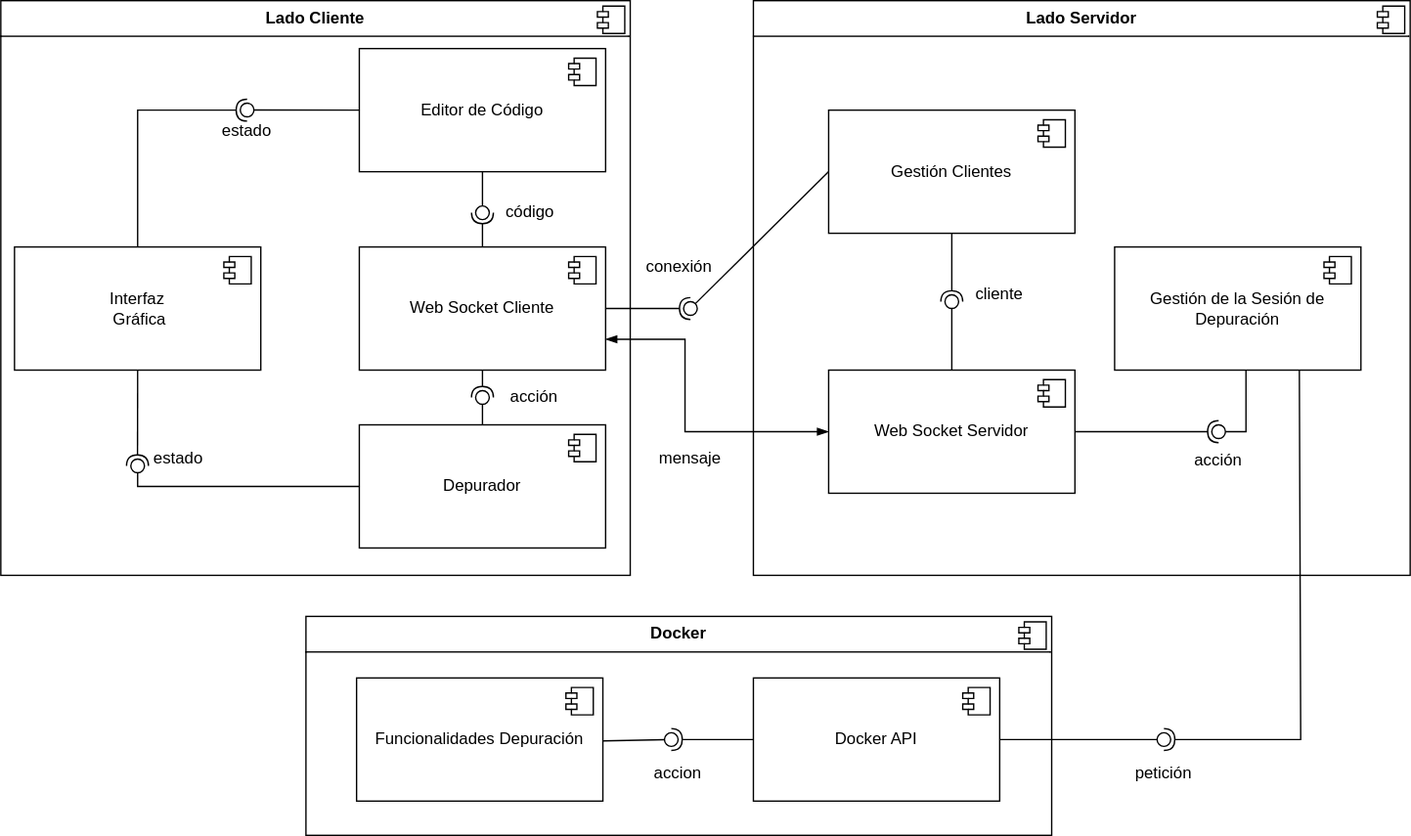
Before: doc/img/componentes_TFG.drawio.svg, a diagram exported from draw.io (Adri-Extremix/Trabajo-de-Fin-de-Grado). Source tidied: cells renumbered, new cells last; positions are measured from the earlier drawing's top-left corner, leaving out a move shared by most shapes.
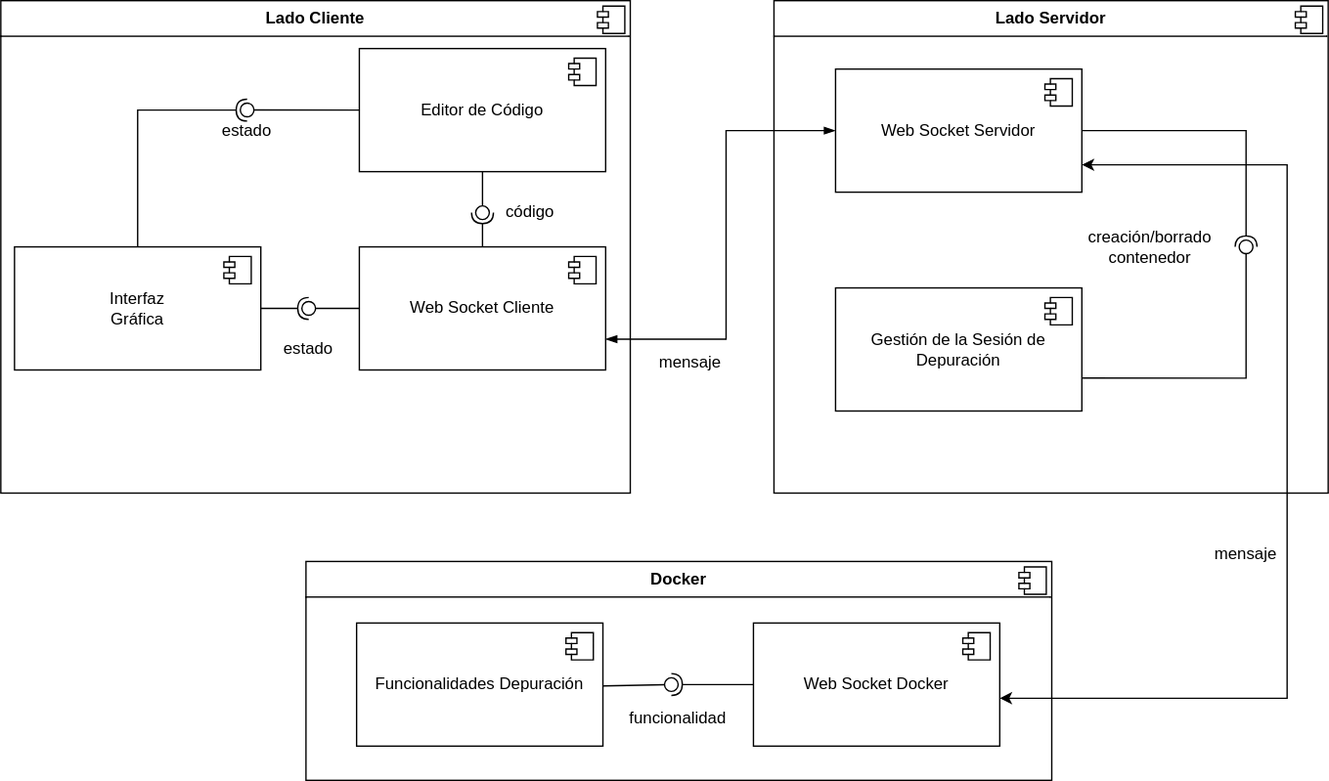
After the commit.

Change to the diagram source:
```diff
@@ -3,7 +3,7 @@
     <mxCell id="0" />
     <mxCell id="1" parent="0" />
     <mxCell id="2" value="&lt;p style=&quot;margin:0px;margin-top:6px;text-align:center;&quot;&gt;&lt;b&gt;Docker&lt;/b&gt;&lt;/p&gt;&lt;hr size=&quot;1&quot; style=&quot;border-style:solid;&quot;&gt;" style="align=left;overflow=fill;html=1;whiteSpace=wrap;" parent="1" vertex="1">
-      <mxGeometry x="223" y="450" width="545" height="160" as="geometry" />
+      <mxGeometry x="223" y="410" width="545" height="160" as="geometry" />
     </mxCell>
     <mxCell id="3" style="shape=component;jettyWidth=8;jettyHeight=4;" parent="2" vertex="1">
       <mxGeometry x="1" width="20" height="20" relative="1" as="geometry">
@@ -11,7 +11,7 @@
       </mxGeometry>
     </mxCell>
     <mxCell id="4" value="&lt;p style=&quot;margin:0px;margin-top:6px;text-align:center;&quot;&gt;&lt;b&gt;Lado Servidor&lt;/b&gt;&lt;/p&gt;&lt;hr size=&quot;1&quot; style=&quot;border-style:solid;&quot;&gt;" style="align=left;overflow=fill;html=1;whiteSpace=wrap;" parent="1" vertex="1">
-      <mxGeometry x="550" width="480" height="420" as="geometry" />
+      <mxGeometry x="565" width="405" height="360" as="geometry" />
     </mxCell>
     <mxCell id="5" style="shape=component;jettyWidth=8;jettyHeight=4;" parent="4" vertex="1">
       <mxGeometry x="1" width="20" height="20" relative="1" as="geometry">
@@ -24,19 +24,11 @@
     <mxCell id="7" style="ellipse;whiteSpace=wrap;html=1;align=center;fillColor=none;strokeColor=none;perimeter=centerPerimeter;" parent="1" vertex="1">
       <mxGeometry x="325" y="150" width="10" height="10" as="geometry" />
     </mxCell>
-    <mxCell id="8" value="Gestión Clientes" style="html=1;whiteSpace=wrap;" parent="1" vertex="1">
-      <mxGeometry x="605" y="80" width="180" height="90" as="geometry" />
-    </mxCell>
-    <mxCell id="9" style="shape=module;jettyWidth=8;jettyHeight=4;" parent="8" vertex="1">
-      <mxGeometry x="1" width="20" height="20" relative="1" as="geometry">
-        <mxPoint x="-27" y="7" as="offset" />
-      </mxGeometry>
-    </mxCell>
     <mxCell id="10" style="group;" parent="1" vertex="1">
       <mxGeometry width="460" height="420" as="geometry" />
     </mxCell>
     <mxCell id="11" value="&lt;p style=&quot;margin:0px;margin-top:6px;text-align:center;&quot;&gt;&lt;b&gt;Lado Cliente&lt;/b&gt;&lt;/p&gt;&lt;hr size=&quot;1&quot; style=&quot;border-style:solid;&quot;&gt;&lt;p style=&quot;margin:0px;margin-left:8px;&quot;&gt;&lt;br&gt;&lt;br&gt;&lt;/p&gt;" style="align=left;overflow=fill;html=1;whiteSpace=wrap;" parent="10" vertex="1">
-      <mxGeometry width="460" height="420" as="geometry" />
+      <mxGeometry width="460" height="360" as="geometry" />
     </mxCell>
     <mxCell id="12" style="shape=component;jettyWidth=8;jettyHeight=4;" parent="11" vertex="1">
       <mxGeometry x="1" width="20" height="20" relative="1" as="geometry">
@@ -68,24 +60,11 @@
     <mxCell id="19" style="ellipse;whiteSpace=wrap;html=1;align=center;fillColor=none;strokeColor=none;perimeter=centerPerimeter;points=[];outlineConnect=1;" parent="10" vertex="1">
       <mxGeometry x="347" y="150" width="10" height="10" as="geometry" />
     </mxCell>
-    <mxCell id="20" value="Depurador" style="html=1;whiteSpace=wrap;" parent="10" vertex="1">
-      <mxGeometry x="262" y="310" width="180" height="90" as="geometry" />
-    </mxCell>
-    <mxCell id="21" style="shape=module;jettyWidth=8;jettyHeight=4;" parent="20" vertex="1">
-      <mxGeometry x="1" width="20" height="20" relative="1" as="geometry">
-        <mxPoint x="-27" y="7" as="offset" />
-      </mxGeometry>
-    </mxCell>
-    <mxCell id="22" style="rounded=0;jettySize=auto;html=1;endArrow=halfCircle;endFill=0;endSize=6;strokeWidth=1;sketch=0;exitX=0.5;exitY=1;exitDx=0;exitDy=0;" parent="10" edge="1" source="15">
+    <mxCell id="22" style="rounded=0;jettySize=auto;html=1;endArrow=halfCircle;endFill=0;endSize=6;strokeWidth=1;sketch=0;exitX=1;exitY=0.5;exitDx=0;exitDy=0;" parent="10" edge="1" source="24">
       <mxGeometry relative="1" as="geometry">
-        <mxPoint x="352" y="290" as="targetPoint" />
+        <mxPoint x="225" y="225" as="targetPoint" />
       </mxGeometry>
     </mxCell>
-    <mxCell id="23" style="rounded=0;jettySize=auto;html=1;endArrow=oval;endFill=0;sketch=0;sourcePerimeterSpacing=0;targetPerimeterSpacing=0;endSize=10;exitX=0.5;exitY=0;exitDx=0;exitDy=0;" parent="10" edge="1" source="20">
-      <mxGeometry relative="1" as="geometry">
-        <mxPoint x="352" y="290" as="targetPoint" />
-      </mxGeometry>
-    </mxCell>
     <mxCell id="24" value="&lt;div&gt;Interfaz&lt;/div&gt;&amp;nbsp;Gráfica" style="html=1;whiteSpace=wrap;" parent="10" vertex="1">
       <mxGeometry x="10" y="180" width="180" height="90" as="geometry" />
     </mxCell>
@@ -94,29 +73,12 @@
         <mxPoint x="-27" y="7" as="offset" />
       </mxGeometry>
     </mxCell>
-    <mxCell id="26" style="rounded=0;orthogonalLoop=1;jettySize=auto;html=1;endArrow=halfCircle;endFill=0;endSize=6;strokeWidth=1;sketch=0;" parent="10" edge="1">
-      <mxGeometry relative="1" as="geometry">
-        <mxPoint x="100" y="270" as="sourcePoint" />
-        <mxPoint x="99.9" y="340" as="targetPoint" />
-      </mxGeometry>
-    </mxCell>
-    <mxCell id="27" style="rounded=0;jettySize=auto;html=1;endArrow=oval;endFill=0;sketch=0;sourcePerimeterSpacing=0;targetPerimeterSpacing=0;endSize=10;exitX=0;exitY=0.5;exitDx=0;exitDy=0;" parent="10" edge="1" source="20">
-      <mxGeometry relative="1" as="geometry">
-        <mxPoint x="100" y="340" as="targetPoint" />
-        <Array as="points">
-          <mxPoint x="100" y="355" />
-        </Array>
-      </mxGeometry>
-    </mxCell>
     <mxCell id="28" value="código" style="text;html=1;align=center;verticalAlign=middle;whiteSpace=wrap;rounded=0;" parent="10" vertex="1">
       <mxGeometry x="357" y="140" width="60" height="30" as="geometry" />
     </mxCell>
-    <mxCell id="29" value="acción" style="text;html=1;align=center;verticalAlign=middle;whiteSpace=wrap;rounded=0;" parent="10" vertex="1">
-      <mxGeometry x="360" y="275" width="60" height="30" as="geometry" />
+    <mxCell id="29" value="estado" style="text;html=1;align=center;verticalAlign=middle;whiteSpace=wrap;rounded=0;" parent="10" vertex="1">
+      <mxGeometry x="195" y="240" width="60" height="30" as="geometry" />
     </mxCell>
-    <mxCell id="30" value="estado" style="text;html=1;align=center;verticalAlign=middle;whiteSpace=wrap;rounded=0;" parent="10" vertex="1">
-      <mxGeometry x="100" y="320" width="60" height="30" as="geometry" />
-    </mxCell>
     <mxCell id="31" style="rounded=0;jettySize=auto;html=1;endArrow=halfCircle;endFill=0;endSize=6;strokeWidth=1;sketch=0;exitX=0.5;exitY=0;exitDx=0;exitDy=0;" parent="10" edge="1" source="24">
       <mxGeometry relative="1" as="geometry">
         <mxPoint x="180" y="80" as="targetPoint" />
@@ -136,43 +98,32 @@
     <mxCell id="34" value="estado" style="text;html=1;align=center;verticalAlign=middle;whiteSpace=wrap;rounded=0;" parent="10" vertex="1">
       <mxGeometry x="150" y="80" width="60" height="30" as="geometry" />
     </mxCell>
-    <mxCell id="35" style="rounded=0;jettySize=auto;html=1;endArrow=halfCircle;endFill=0;endSize=6;strokeWidth=1;sketch=0;exitX=1;exitY=0.5;exitDx=0;exitDy=0;" parent="1" edge="1" source="15" target="37">
-      <mxGeometry relative="1" as="geometry" />
-    </mxCell>
-    <mxCell id="36" style="rounded=0;jettySize=auto;html=1;endArrow=oval;endFill=0;sketch=0;sourcePerimeterSpacing=0;targetPerimeterSpacing=0;endSize=10;exitX=0;exitY=0.5;exitDx=0;exitDy=0;" parent="1" edge="1" source="8" target="37">
-      <mxGeometry relative="1" as="geometry" />
-    </mxCell>
+    <mxCell id="65" style="rounded=0;jettySize=auto;html=1;endArrow=oval;endFill=0;sketch=0;sourcePerimeterSpacing=0;targetPerimeterSpacing=0;endSize=10;exitX=0;exitY=0.5;exitDx=0;exitDy=0;" parent="10" edge="1" source="15">
+      <mxGeometry relative="1" as="geometry">
+        <mxPoint x="225" y="225" as="targetPoint" />
+      </mxGeometry>
+    </mxCell>
     <mxCell id="37" style="ellipse;whiteSpace=wrap;html=1;align=center;fillColor=none;strokeColor=none;perimeter=centerPerimeter;points=[];outlineConnect=1;" parent="1" vertex="1">
       <mxGeometry x="499" y="220" width="10" height="10" as="geometry" />
     </mxCell>
     <mxCell id="38" style="edgeStyle=orthogonalEdgeStyle;rounded=0;jettySize=auto;html=1;entryX=1;entryY=0.75;entryDx=0;entryDy=0;startArrow=blockThin;startFill=1;endArrow=blockThin;endFill=1;exitX=0;exitY=0.5;exitDx=0;exitDy=0;" parent="1" edge="1" source="39" target="15">
       <mxGeometry relative="1" as="geometry">
         <Array as="points">
-          <mxPoint x="500" y="315" />
-          <mxPoint x="500" y="248" />
+          <mxPoint x="530" y="95" />
+          <mxPoint x="530" y="248" />
         </Array>
       </mxGeometry>
     </mxCell>
     <mxCell id="39" value="Web Socket Servidor" style="html=1;whiteSpace=wrap;" parent="1" vertex="1">
-      <mxGeometry x="605" y="270" width="180" height="90" as="geometry" />
+      <mxGeometry x="610" y="50" width="180" height="90" as="geometry" />
     </mxCell>
     <mxCell id="40" style="shape=module;jettyWidth=8;jettyHeight=4;" parent="39" vertex="1">
       <mxGeometry x="1" width="20" height="20" relative="1" as="geometry">
         <mxPoint x="-27" y="7" as="offset" />
       </mxGeometry>
     </mxCell>
-    <mxCell id="41" style="rounded=0;jettySize=auto;html=1;endArrow=halfCircle;endFill=0;endSize=6;strokeWidth=1;sketch=0;exitX=0.5;exitY=1;exitDx=0;exitDy=0;" parent="1" edge="1" source="8">
-      <mxGeometry relative="1" as="geometry">
-        <mxPoint x="695" y="220" as="targetPoint" />
-      </mxGeometry>
-    </mxCell>
-    <mxCell id="42" style="rounded=0;jettySize=auto;html=1;endArrow=oval;endFill=0;sketch=0;sourcePerimeterSpacing=0;targetPerimeterSpacing=0;endSize=10;exitX=0.5;exitY=0;exitDx=0;exitDy=0;" parent="1" edge="1" source="39">
-      <mxGeometry relative="1" as="geometry">
-        <mxPoint x="695" y="220" as="targetPoint" />
-      </mxGeometry>
-    </mxCell>
     <mxCell id="43" value="Gestión de la Sesión de Depuración" style="html=1;whiteSpace=wrap;" parent="1" vertex="1">
-      <mxGeometry x="814" y="180" width="180" height="90" as="geometry" />
+      <mxGeometry x="610" y="210" width="180" height="90" as="geometry" />
     </mxCell>
     <mxCell id="44" style="shape=module;jettyWidth=8;jettyHeight=4;" parent="43" vertex="1">
       <mxGeometry x="1" width="20" height="20" relative="1" as="geometry">
@@ -181,15 +132,17 @@
     </mxCell>
     <mxCell id="45" style="rounded=0;jettySize=auto;html=1;endArrow=halfCircle;endFill=0;endSize=6;strokeWidth=1;sketch=0;exitX=1;exitY=0.5;exitDx=0;exitDy=0;" parent="1" edge="1" source="39">
       <mxGeometry relative="1" as="geometry">
-        <mxPoint x="890" y="315" as="targetPoint" />
+        <mxPoint x="910" y="180" as="targetPoint" />
+        <Array as="points">
+          <mxPoint x="910" y="95" />
+        </Array>
       </mxGeometry>
     </mxCell>
-    <mxCell id="46" style="rounded=0;orthogonalLoop=1;jettySize=auto;html=1;endArrow=oval;endFill=0;sketch=0;sourcePerimeterSpacing=0;targetPerimeterSpacing=0;endSize=10;" parent="1" edge="1">
+    <mxCell id="46" style="rounded=0;jettySize=auto;html=1;endArrow=oval;endFill=0;sketch=0;sourcePerimeterSpacing=0;targetPerimeterSpacing=0;endSize=10;exitX=1.003;exitY=0.732;exitDx=0;exitDy=0;exitPerimeter=0;" parent="1" edge="1" source="43">
       <mxGeometry relative="1" as="geometry">
-        <mxPoint x="910" y="270" as="sourcePoint" />
-        <mxPoint x="890" y="315" as="targetPoint" />
+        <mxPoint x="910" y="180" as="targetPoint" />
         <Array as="points">
-          <mxPoint x="910" y="315" />
+          <mxPoint x="910" y="276" />
         </Array>
       </mxGeometry>
     </mxCell>
@@ -197,10 +150,19 @@
       <mxGeometry x="920" y="330" width="10" height="10" as="geometry" />
     </mxCell>
     <mxCell id="48" style="ellipse;whiteSpace=wrap;html=1;align=center;fillColor=none;strokeColor=none;perimeter=centerPerimeter;" parent="1" vertex="1">
-      <mxGeometry x="575" y="510" width="10" height="10" as="geometry" />
+      <mxGeometry x="575" y="470" width="10" height="10" as="geometry" />
     </mxCell>
+    <mxCell id="66" style="edgeStyle=none;html=1;exitX=1;exitY=0.611;exitDx=0;exitDy=0;exitPerimeter=0;rounded=0;curved=0;startArrow=classic;startFill=1;" parent="1" edge="1" source="49">
+      <mxGeometry relative="1" as="geometry">
+        <mxPoint x="790" y="120" as="targetPoint" />
+        <Array as="points">
+          <mxPoint x="940" y="510" />
+          <mxPoint x="940" y="120" />
+        </Array>
+      </mxGeometry>
+    </mxCell>
-    <mxCell id="49" value="Docker API" style="html=1;whiteSpace=wrap;" parent="1" vertex="1">
-      <mxGeometry x="550" y="495" width="180" height="90" as="geometry" />
+    <mxCell id="49" value="Web Socket Docker" style="html=1;whiteSpace=wrap;" parent="1" vertex="1">
+      <mxGeometry x="550" y="455" width="180" height="90" as="geometry" />
     </mxCell>
     <mxCell id="50" style="shape=module;jettyWidth=8;jettyHeight=4;" parent="49" vertex="1">
       <mxGeometry x="1" width="20" height="20" relative="1" as="geometry">
@@ -208,7 +170,7 @@
       </mxGeometry>
     </mxCell>
     <mxCell id="51" value="Funcionalidades Depuración" style="html=1;whiteSpace=wrap;" parent="1" vertex="1">
-      <mxGeometry x="260" y="495" width="180" height="90" as="geometry" />
+      <mxGeometry x="260" y="455" width="180" height="90" as="geometry" />
     </mxCell>
     <mxCell id="52" style="shape=module;jettyWidth=8;jettyHeight=4;" parent="51" vertex="1">
       <mxGeometry x="1" width="20" height="20" relative="1" as="geometry">
@@ -217,51 +179,38 @@
     </mxCell>
     <mxCell id="53" style="rounded=0;jettySize=auto;html=1;endArrow=halfCircle;endFill=0;endSize=6;strokeWidth=1;sketch=0;exitX=0;exitY=0.5;exitDx=0;exitDy=0;" parent="1" edge="1" source="49">
       <mxGeometry relative="1" as="geometry">
-        <mxPoint x="490" y="540" as="targetPoint" />
+        <mxPoint x="490" y="500" as="targetPoint" />
       </mxGeometry>
     </mxCell>
     <mxCell id="54" style="rounded=0;orthogonalLoop=1;jettySize=auto;html=1;endArrow=oval;endFill=0;sketch=0;sourcePerimeterSpacing=0;targetPerimeterSpacing=0;endSize=10;exitX=1;exitY=0.5;exitDx=0;exitDy=0;" parent="1" edge="1">
       <mxGeometry relative="1" as="geometry">
-        <mxPoint x="440" y="541" as="sourcePoint" />
-        <mxPoint x="490" y="540" as="targetPoint" />
+        <mxPoint x="440" y="501" as="sourcePoint" />
+        <mxPoint x="490" y="500" as="targetPoint" />
       </mxGeometry>
     </mxCell>
     <mxCell id="55" style="ellipse;whiteSpace=wrap;html=1;align=center;fillColor=none;strokeColor=none;perimeter=centerPerimeter;" parent="1" vertex="1">
-      <mxGeometry x="555" y="510" width="10" height="10" as="geometry" />
+      <mxGeometry x="555" y="470" width="10" height="10" as="geometry" />
     </mxCell>
-    <mxCell id="56" style="rounded=0;jettySize=auto;html=1;endArrow=halfCircle;endFill=0;endSize=6;strokeWidth=1;sketch=0;exitX=0.75;exitY=1;exitDx=0;exitDy=0;" parent="1" edge="1" source="43">
-      <mxGeometry relative="1" as="geometry">
-        <mxPoint x="850" y="540" as="targetPoint" />
-        <Array as="points">
-          <mxPoint x="950" y="540" />
-        </Array>
-      </mxGeometry>
-    </mxCell>
-    <mxCell id="57" style="rounded=0;jettySize=auto;html=1;endArrow=oval;endFill=0;sketch=0;sourcePerimeterSpacing=0;targetPerimeterSpacing=0;endSize=10;exitX=1;exitY=0.5;exitDx=0;exitDy=0;" parent="1" edge="1" source="49">
-      <mxGeometry relative="1" as="geometry">
-        <mxPoint x="850" y="540" as="targetPoint" />
-      </mxGeometry>
-    </mxCell>
     <mxCell id="58" style="ellipse;whiteSpace=wrap;html=1;align=center;fillColor=none;strokeColor=none;perimeter=centerPerimeter;" parent="1" vertex="1">
-      <mxGeometry x="415" y="400" width="10" height="10" as="geometry" />
+      <mxGeometry x="415" y="407" width="10" height="10" as="geometry" />
     </mxCell>
-    <mxCell id="59" value="conexión" style="text;html=1;align=center;verticalAlign=middle;whiteSpace=wrap;rounded=0;" parent="1" vertex="1">
-      <mxGeometry x="465.5" y="180" width="60" height="30" as="geometry" />
-    </mxCell>
     <mxCell id="60" value="mensaje" style="text;html=1;align=center;verticalAlign=middle;whiteSpace=wrap;rounded=0;" parent="1" vertex="1">
-      <mxGeometry x="474" y="320" width="60" height="30" as="geometry" />
+      <mxGeometry x="474" y="250" width="60" height="30" as="geometry" />
     </mxCell>
-    <mxCell id="61" value="cliente" style="text;html=1;align=center;verticalAlign=middle;whiteSpace=wrap;rounded=0;" parent="1" vertex="1">
-      <mxGeometry x="700" y="200" width="60" height="30" as="geometry" />
-    </mxCell>
-    <mxCell id="62" value="acción" style="text;html=1;align=center;verticalAlign=middle;whiteSpace=wrap;rounded=0;" parent="1" vertex="1">
-      <mxGeometry x="860" y="321" width="60" height="30" as="geometry" />
+    <mxCell id="62" value="mensaje" style="text;html=1;align=center;verticalAlign=middle;whiteSpace=wrap;rounded=0;" parent="1" vertex="1">
+      <mxGeometry x="880" y="390" width="60" height="30" as="geometry" />
     </mxCell>
-    <mxCell id="63" value="petición" style="text;html=1;align=center;verticalAlign=middle;whiteSpace=wrap;rounded=0;" parent="1" vertex="1">
-      <mxGeometry x="820" y="550" width="60" height="30" as="geometry" />
-    </mxCell>
-    <mxCell id="64" value="accion" style="text;html=1;align=center;verticalAlign=middle;whiteSpace=wrap;rounded=0;" parent="1" vertex="1">
-      <mxGeometry x="465" y="550" width="60" height="30" as="geometry" />
+    <mxCell id="64" value="funcionalidad" style="text;html=1;align=center;verticalAlign=middle;whiteSpace=wrap;rounded=0;" parent="1" vertex="1">
+      <mxGeometry x="465" y="510" width="60" height="30" as="geometry" />
     </mxCell>
+    <mxCell id="67" style="ellipse;whiteSpace=wrap;html=1;align=center;fillColor=none;strokeColor=none;perimeter=centerPerimeter;" parent="1" vertex="1">
+      <mxGeometry x="357" y="160" width="10" height="10" as="geometry" />
+    </mxCell>
+    <mxCell id="68" style="ellipse;whiteSpace=wrap;html=1;align=center;fillColor=none;strokeColor=none;perimeter=centerPerimeter;" parent="1" vertex="1">
+      <mxGeometry x="357" y="160" width="10" height="10" as="geometry" />
+    </mxCell>
+    <mxCell id="69" value="creación/borrado contenedor" style="text;html=1;align=center;verticalAlign=middle;whiteSpace=wrap;rounded=0;" parent="1" vertex="1">
+      <mxGeometry x="790" y="165" width="100" height="30" as="geometry" />
+    </mxCell>
   </root>
 </mxGraphModel>
```
